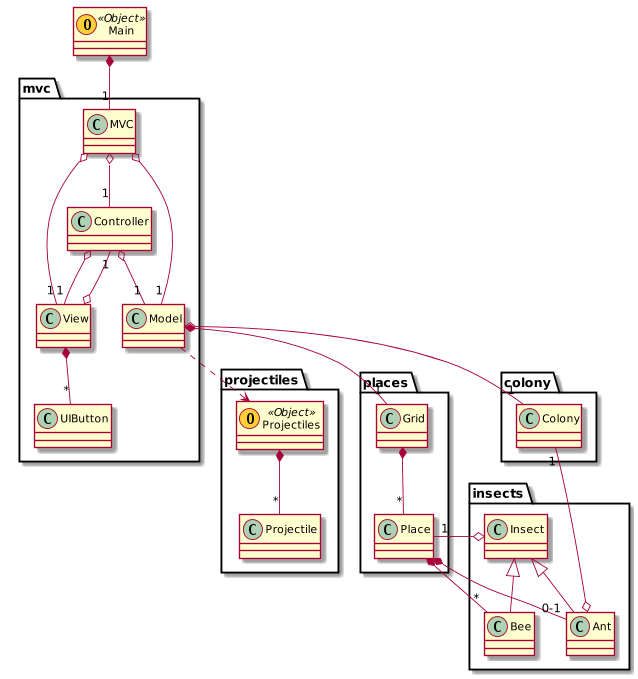
This is rapport/classDiagram.png from fdemoor/prog1p3, a PlantUML export, as it was before one commit.
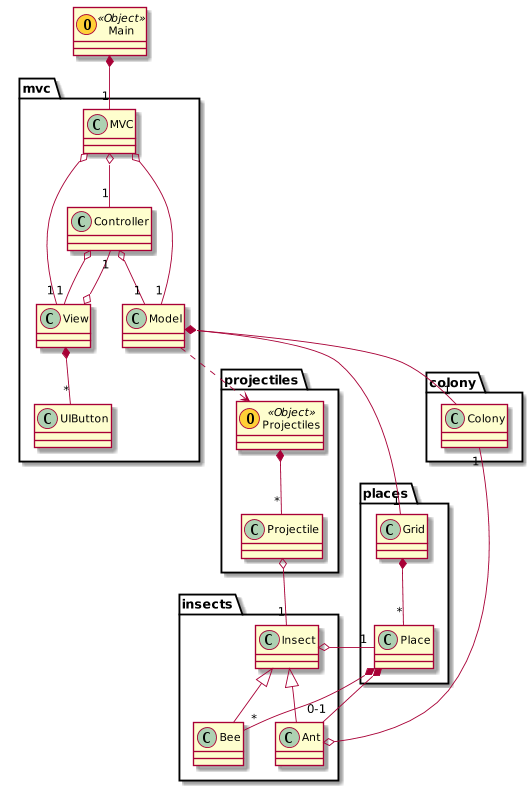
Later version of the same file.

The edit, as a diff of the source:
```diff
@@ -49,5 +49,6 @@
 Insect <|-- Bee
 
 Projectiles *-- "*" Projectile
+Projectile o-- "1" Insect
 
 @enduml
```
